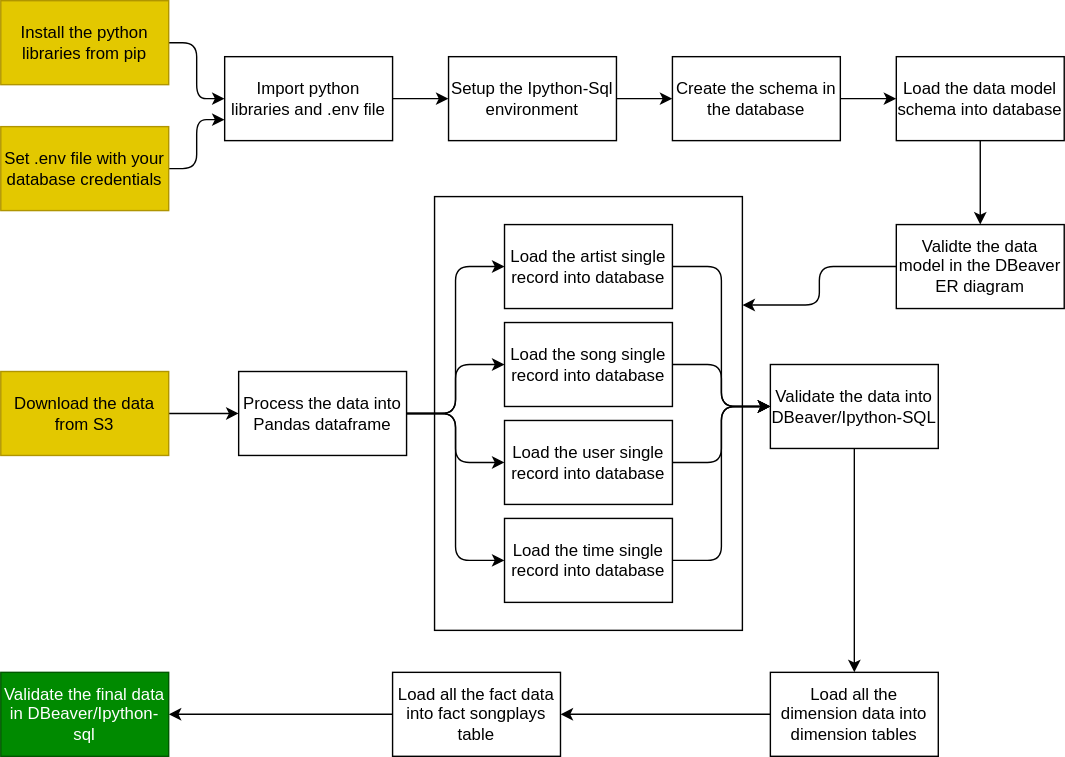
Before: 04-serving/lab-sparkify-data-model-postgres/img/process-flow.drawio.svg, a diagram exported from draw.io (sparsh-ai/recohut). Source tidied: cells renumbered, new cells last; positions are measured from the earlier drawing's top-left corner, leaving out a move shared by most shapes.
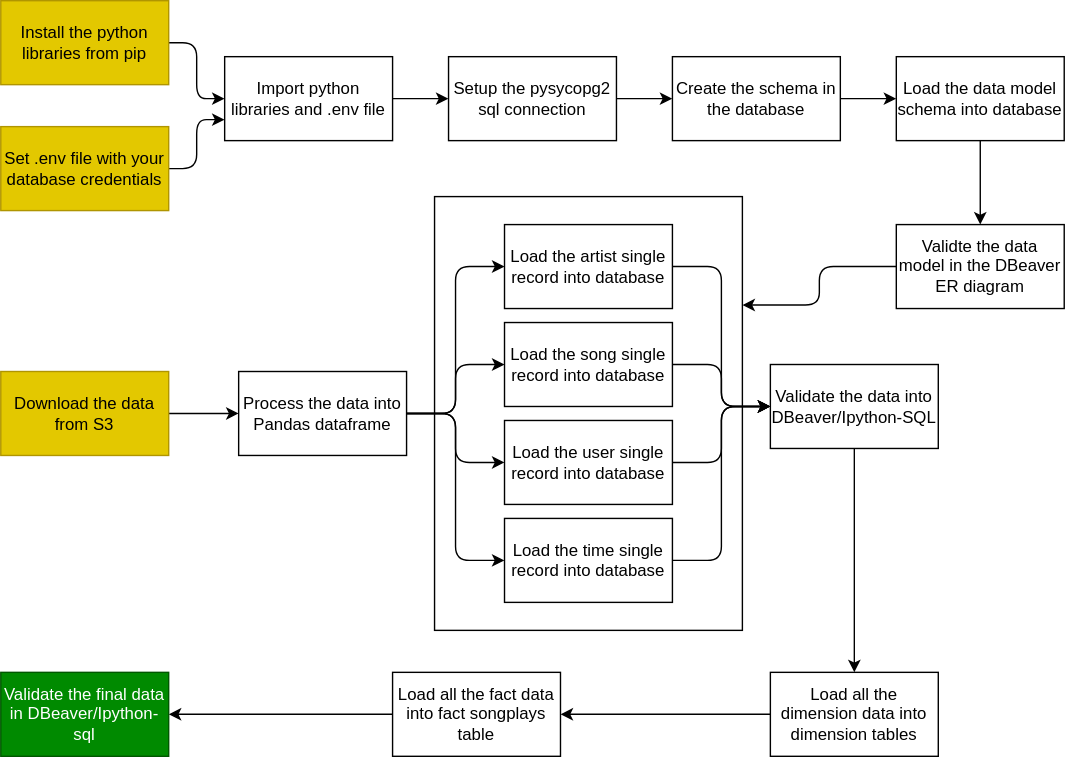
Later version of the same file.

Change to the diagram source:
```diff
@@ -26,7 +26,7 @@
     <mxCell id="9" style="edgeStyle=orthogonalEdgeStyle;html=1;" parent="1" edge="1" source="10" target="38">
       <mxGeometry relative="1" as="geometry" />
     </mxCell>
-    <mxCell id="10" value="Setup the Ipython-Sql environment" style="rounded=0;whiteSpace=wrap;html=1;" parent="1" vertex="1">
+    <mxCell id="10" value="Setup the pysycopg2 sql connection" style="rounded=0;whiteSpace=wrap;html=1;" parent="1" vertex="1">
       <mxGeometry x="320" y="40" width="120" height="60" as="geometry" />
     </mxCell>
     <mxCell id="11" style="edgeStyle=orthogonalEdgeStyle;html=1;exitX=0;exitY=0.5;exitDx=0;exitDy=0;entryX=1;entryY=0.25;entryDx=0;entryDy=0;" parent="1" edge="1" source="12" target="2">
```
